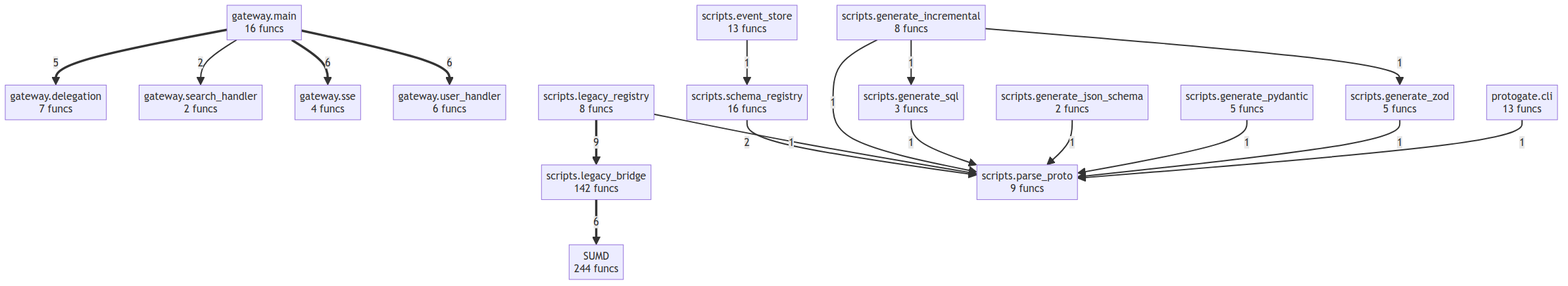
Above: project/compact_flow.png in semcod/protos (Mermaid), before the change. Its source is kept beside it as project/compact_flow.mmd.
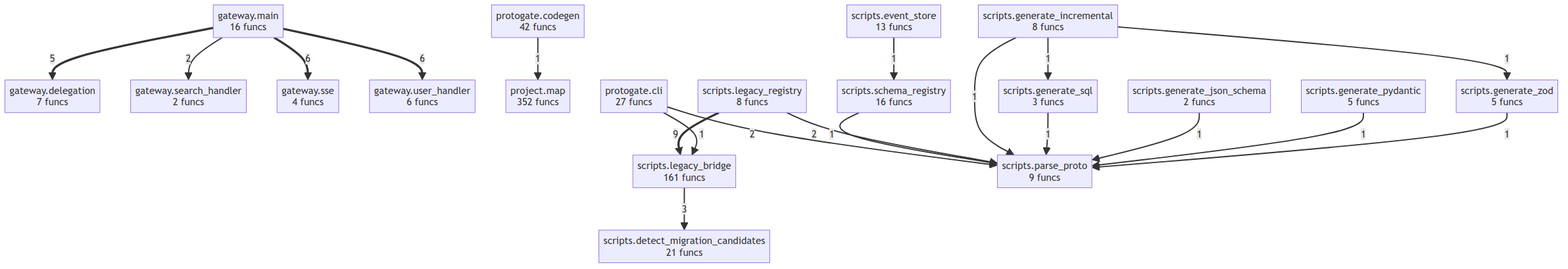
Later version of the same file.

Change to the diagram source:
```diff
@@ -1,28 +1,32 @@
 flowchart TD
-    SUMD["SUMD<br/>244 funcs"]
     gateway__delegation["gateway.delegation<br/>7 funcs"]
     gateway__main["gateway.main<br/>16 funcs"]
     gateway__search_handler["gateway.search_handler<br/>2 funcs"]
     gateway__sse["gateway.sse<br/>4 funcs"]
     gateway__user_handler["gateway.user_handler<br/>6 funcs"]
-    protogate__cli["protogate.cli<br/>13 funcs"]
+    project__map["project.map<br/>352 funcs"]
+    protogate__cli["protogate.cli<br/>27 funcs"]
+    protogate__codegen["protogate.codegen<br/>42 funcs"]
+    scripts__detect_migration_candidates["scripts.detect_migration_candidates<br/>21 funcs"]
     scripts__event_store["scripts.event_store<br/>13 funcs"]
     scripts__generate_incremental["scripts.generate_incremental<br/>8 funcs"]
     scripts__generate_json_schema["scripts.generate_json_schema<br/>2 funcs"]
     scripts__generate_pydantic["scripts.generate_pydantic<br/>5 funcs"]
     scripts__generate_sql["scripts.generate_sql<br/>3 funcs"]
     scripts__generate_zod["scripts.generate_zod<br/>5 funcs"]
-    scripts__legacy_bridge["scripts.legacy_bridge<br/>142 funcs"]
+    scripts__legacy_bridge["scripts.legacy_bridge<br/>161 funcs"]
     scripts__legacy_registry["scripts.legacy_registry<br/>8 funcs"]
     scripts__parse_proto["scripts.parse_proto<br/>9 funcs"]
     scripts__schema_registry["scripts.schema_registry<br/>16 funcs"]
     scripts__legacy_registry ==>|9| scripts__legacy_bridge
-    scripts__legacy_bridge ==>|6| SUMD
     gateway__main ==>|6| gateway__sse
     gateway__main ==>|6| gateway__user_handler
     gateway__main ==>|5| gateway__delegation
+    scripts__legacy_bridge -->|3| scripts__detect_migration_candidates
+    gateway__main -->|2| gateway__search_handler
+    protogate__cli -->|2| scripts__parse_proto
     scripts__schema_registry -->|2| scripts__parse_proto
-    gateway__main -->|2| gateway__search_handler
+    protogate__cli -->|1| scripts__legacy_bridge
     scripts__legacy_registry -->|1| scripts__parse_proto
     scripts__generate_incremental -->|1| scripts__parse_proto
     scripts__generate_incremental -->|1| scripts__generate_zod
@@ -32,4 +36,4 @@
     scripts__generate_pydantic -->|1| scripts__parse_proto
     scripts__event_store -->|1| scripts__schema_registry
     scripts__generate_zod -->|1| scripts__parse_proto
-    protogate__cli -->|1| scripts__parse_proto
+    protogate__codegen -->|1| project__map
```
